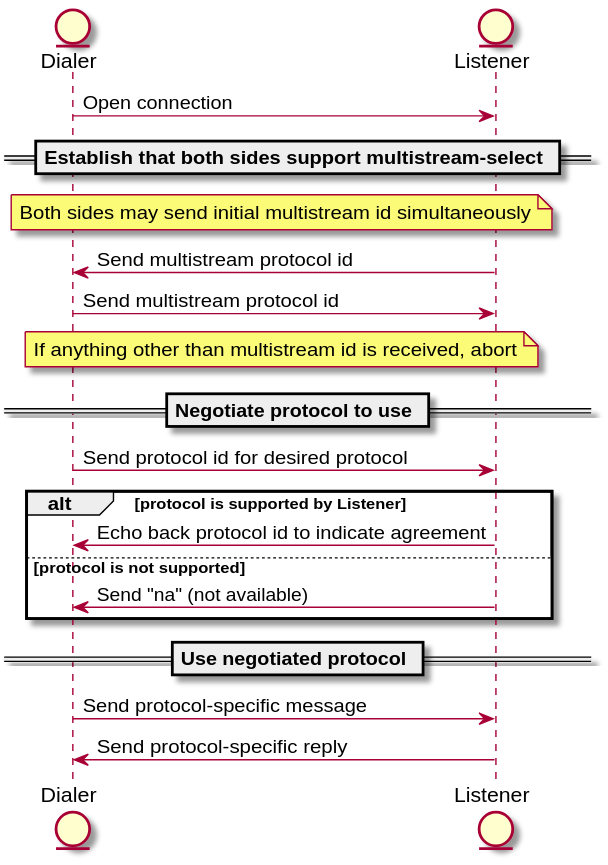
The PlantUML diagram connections/multistream.svg in libp2p/specs, before a commit.
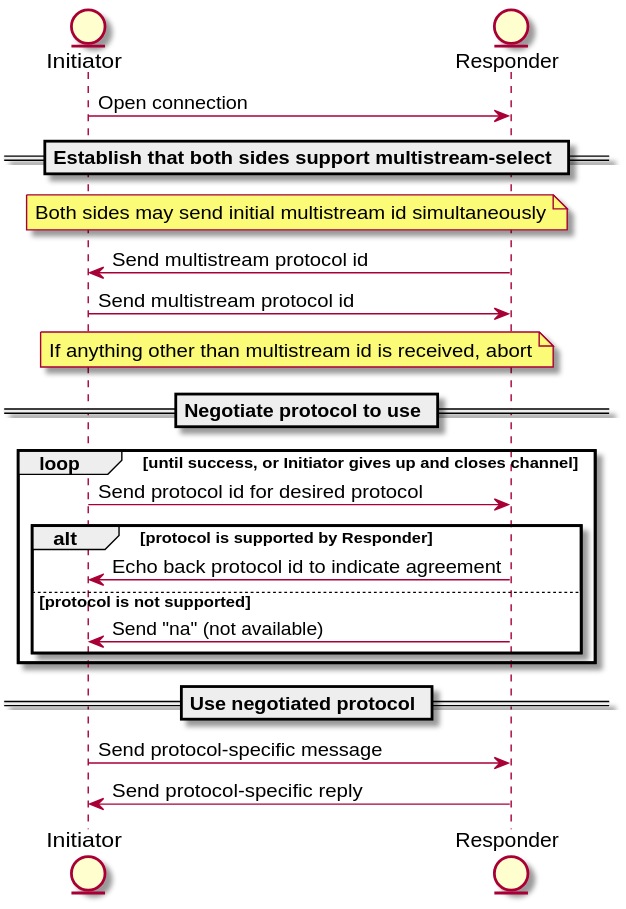
The same diagram one commit later.

Commit message:
regenerate diagram svgs

Change to the diagram source:
```diff
@@ -1,29 +1,32 @@
 @startuml
 
-entity Dialer
-entity Listener
-Dialer -> Listener: Open connection
+entity Initiator
+entity Responder
+Initiator -> Responder: Open connection
 
 == Establish that both sides support multistream-select ==
 
-note over Dialer, Listener: Both sides may send initial multistream id simultaneously
-Listener -> Dialer: Send multistream protocol id
-Dialer -> Listener: Send multistream protocol id
-note over Dialer, Listener: If anything other than multistream id is received, abort
+note over Initiator, Responder: Both sides may send initial multistream id simultaneously
+Responder -> Initiator: Send multistream protocol id
+Initiator -> Responder: Send multistream protocol id
+note over Initiator, Responder: If anything other than multistream id is received, abort
 
 
 == Negotiate protocol to use ==
-Dialer -> Listener: Send protocol id for desired protocol
 
-alt protocol is supported by Listener
-  Listener -> Dialer: Echo back protocol id to indicate agreement
-else protocol is not supported
-  Listener -> Dialer: Send "na" (not available)
+
+loop until success, or Initiator gives up and closes channel
+  Initiator -> Responder: Send protocol id for desired protocol
+  alt protocol is supported by Responder
+    Responder -> Initiator: Echo back protocol id to indicate agreement
+  else protocol is not supported
+    Responder -> Initiator: Send "na" (not available)
+  end
 end
 
 == Use negotiated protocol ==
 
-Dialer -> Listener: Send protocol-specific message
-Listener -> Dialer: Send protocol-specific reply
+Initiator -> Responder: Send protocol-specific message
+Responder -> Initiator: Send protocol-specific reply
 
 @enduml
```
